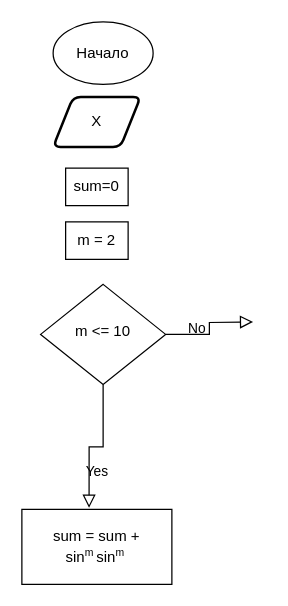
Earlier version of the draw.io diagram mgutu/Диаграмма без названия.drawio (Rom1987/block-diagrams). Source tidied: cells renumbered, new cells numbered last; positions are measured from the earlier drawing's top-left corner, leaving out a move shared by most shapes. Both pictures are drawn from the tidied source at 125%, with x=0, y=0 at pixel (21, 21).
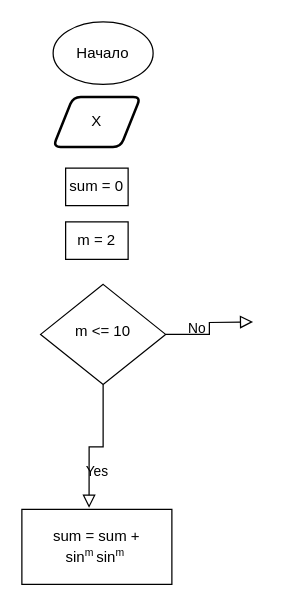
After the change.

What changed in the source:
```diff
@@
 <mxGraphModel>
   <root>
     <mxCell id="0" />
     <mxCell id="1" parent="0" />
     <mxCell id="2" value="Yes" style="rounded=0;html=1;jettySize=auto;fontSize=11;endArrow=block;endFill=0;endSize=8;strokeWidth=1;shadow=0;labelBackgroundColor=none;edgeStyle=orthogonalEdgeStyle;entryX=0.448;entryY=-0.02;entryDx=0;entryDy=0;entryPerimeter=0;" parent="1" edge="1" source="4" target="10">
       <mxGeometry y="20" relative="1" as="geometry" />
     </mxCell>
     <mxCell id="3" value="No" style="edgeStyle=orthogonalEdgeStyle;rounded=0;html=1;jettySize=auto;fontSize=11;endArrow=block;endFill=0;endSize=8;strokeWidth=1;shadow=0;labelBackgroundColor=none;" parent="1" edge="1" source="4">
       <mxGeometry y="10" relative="1" as="geometry">
         <mxPoint x="185" y="240" as="targetPoint" />
       </mxGeometry>
     </mxCell>
     <mxCell id="4" value="m &amp;lt;= 10" style="rhombus;whiteSpace=wrap;html=1;shadow=0;fontFamily=Helvetica;fontSize=12;align=center;strokeWidth=1;spacing=6;spacingTop=-4;" parent="1" vertex="1">
       <mxGeometry x="15" y="210" width="100" height="80" as="geometry" />
     </mxCell>
     <mxCell id="5" value="No" style="rounded=0;html=1;jettySize=auto;orthogonalLoop=1;fontSize=11;endArrow=block;endFill=0;endSize=8;strokeWidth=1;shadow=0;labelBackgroundColor=none;edgeStyle=orthogonalEdgeStyle;" parent="1" edge="1">
       <mxGeometry x="0.33" y="20" relative="1" as="geometry">
         <mxPoint x="5" y="400" as="sourcePoint" />
       </mxGeometry>
     </mxCell>
     <mxCell id="6" value="Yes" style="edgeStyle=orthogonalEdgeStyle;rounded=0;html=1;jettySize=auto;orthogonalLoop=1;fontSize=11;endArrow=block;endFill=0;endSize=8;strokeWidth=1;shadow=0;labelBackgroundColor=none;" parent="1" edge="1">
       <mxGeometry y="10" relative="1" as="geometry">
         <mxPoint x="105" y="400" as="sourcePoint" />
       </mxGeometry>
     </mxCell>
     <mxCell id="7" value="Начало" style="ellipse;whiteSpace=wrap;html=1;" parent="1" vertex="1">
       <mxGeometry x="25" width="80" height="50" as="geometry" />
     </mxCell>
     <mxCell id="8" value="X" style="shape=parallelogram;html=1;strokeWidth=2;perimeter=parallelogramPerimeter;whiteSpace=wrap;rounded=1;arcSize=12;size=0.23;" parent="1" vertex="1">
       <mxGeometry x="25" y="60" width="70" height="40" as="geometry" />
     </mxCell>
     <mxCell id="9" value="m = 2" style="rounded=0;whiteSpace=wrap;html=1;" parent="1" vertex="1">
       <mxGeometry x="35" y="160" width="50" height="30" as="geometry" />
     </mxCell>
     <mxCell id="10" value="sum = sum + sin&lt;span style=&quot;font-size: 10px;&quot;&gt;&lt;sup&gt;m&amp;nbsp;&lt;/sup&gt;&lt;/span&gt;sin&lt;span style=&quot;font-size: 10px;&quot;&gt;&lt;sup&gt;m&amp;nbsp;&lt;/sup&gt;&lt;/span&gt;" style="rounded=0;whiteSpace=wrap;html=1;" parent="1" vertex="1">
       <mxGeometry y="390" width="120" height="60" as="geometry" />
     </mxCell>
-    <mxCell id="11" value="sum=0" style="rounded=0;whiteSpace=wrap;html=1;" parent="1" vertex="1">
+    <mxCell id="11" value="sum = 0" style="rounded=0;whiteSpace=wrap;html=1;" parent="1" vertex="1">
       <mxGeometry x="35" y="117" width="50" height="30" as="geometry" />
     </mxCell>
   </root>
 </mxGraphModel>
```
